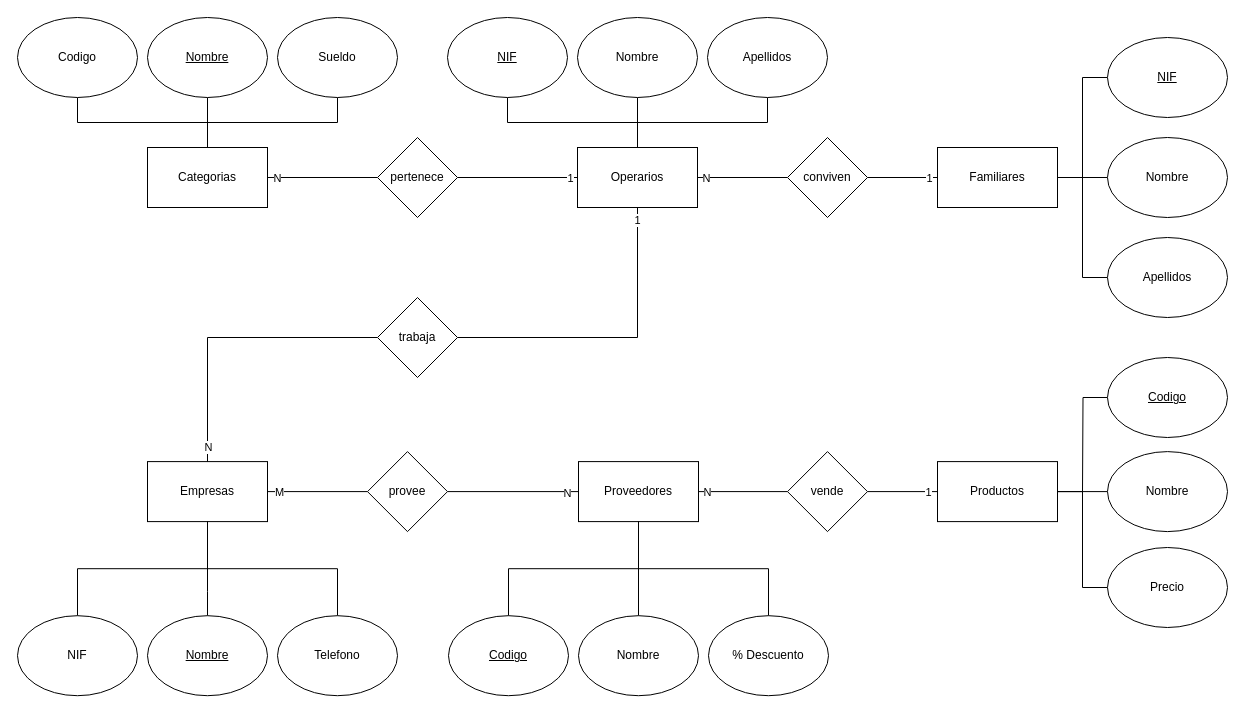
Above: page "Grupo de Empresas" (3 of 4) of ejercicios_diagramas_e_r.drawio in Fonsy/BBDD2021 (draw.io), before the change. Source tidied: cells renumbered, new cells numbered last; positions are measured from the earlier drawing's top-left corner, leaving out a move shared by most shapes. Both pictures are drawn from the tidied source at 100%, with x=0, y=0 at pixel (17, 17).
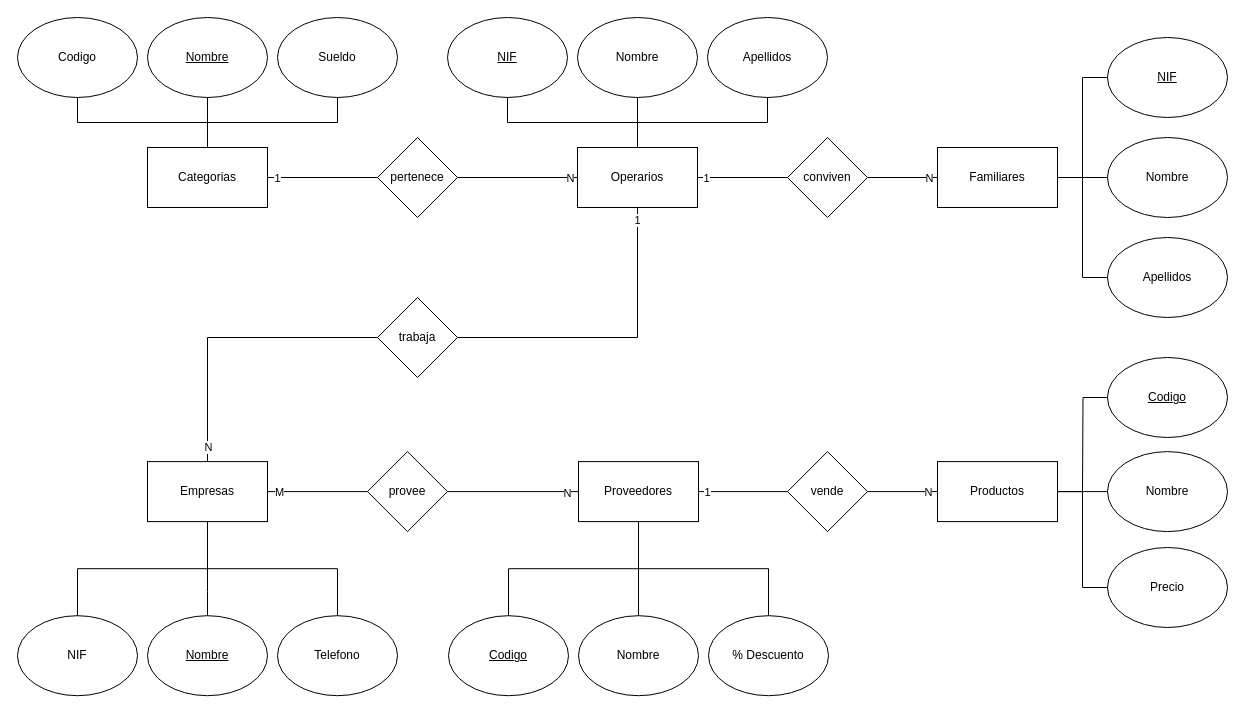
The same diagram, later.

Unchanged cells that the change refers to:
```xml
<mxCell id="11" style="edgeStyle=orthogonalEdgeStyle;rounded=0;jettySize=auto;html=1;entryX=0;entryY=0.5;entryDx=0;entryDy=0;endArrow=none;endFill=0;" parent="1" edge="1" source="13" target="28">
  <mxGeometry relative="1" as="geometry" />
</mxCell>
<mxCell id="17" style="edgeStyle=orthogonalEdgeStyle;rounded=0;jettySize=auto;html=1;entryX=1;entryY=0.5;entryDx=0;entryDy=0;endArrow=none;endFill=0;" parent="1" edge="1" source="19" target="28">
  <mxGeometry relative="1" as="geometry" />
</mxCell>
<mxCell id="34" style="edgeStyle=orthogonalEdgeStyle;rounded=0;jettySize=auto;html=1;entryX=0;entryY=0.5;entryDx=0;entryDy=0;endArrow=none;endFill=0;" parent="1" edge="1" source="36" target="58">
  <mxGeometry relative="1" as="geometry" />
</mxCell>
<mxCell id="56" style="edgeStyle=orthogonalEdgeStyle;rounded=0;jettySize=auto;html=1;entryX=0;entryY=0.5;entryDx=0;entryDy=0;endArrow=none;endFill=0;" parent="1" edge="1" source="58" target="43">
  <mxGeometry relative="1" as="geometry" />
</mxCell>
<mxCell id="59" style="edgeStyle=orthogonalEdgeStyle;rounded=0;jettySize=auto;html=1;entryX=0;entryY=0.5;entryDx=0;entryDy=0;endArrow=none;endFill=0;" parent="1" edge="1" source="63" target="49">
  <mxGeometry relative="1" as="geometry" />
</mxCell>
<mxCell id="61" style="edgeStyle=orthogonalEdgeStyle;rounded=0;jettySize=auto;html=1;entryX=1;entryY=0.5;entryDx=0;entryDy=0;endArrow=none;endFill=0;" parent="1" edge="1" source="63" target="43">
  <mxGeometry relative="1" as="geometry" />
</mxCell>
```

Diff of the diagram source:
```diff
@@
-    <mxCell id="12" value="N" style="edgeLabel;html=1;align=center;verticalAlign=middle;" parent="11" vertex="1">
+    <mxCell id="12" value="1" style="edgeLabel;html=1;align=center;verticalAlign=middle;" parent="11" vertex="1">
       <mxGeometry x="-0.23" y="2" relative="1" as="geometry">
         <mxPoint x="-26" y="2" as="offset" />
       </mxGeometry>
     </mxCell>
@@
-    <mxCell id="18" value="1" style="edgeLabel;html=1;align=center;verticalAlign=middle;" parent="17" vertex="1">
+    <mxCell id="18" value="N" style="edgeLabel;html=1;align=center;verticalAlign=middle;" parent="17" vertex="1">
       <mxGeometry x="-0.23" y="-1" relative="1" as="geometry">
         <mxPoint x="17" y="1" as="offset" />
       </mxGeometry>
     </mxCell>
@@
-    <mxCell id="35" value="N" style="edgeLabel;html=1;align=center;verticalAlign=middle;" parent="34" vertex="1">
+    <mxCell id="35" value="1" style="edgeLabel;html=1;align=center;verticalAlign=middle;" parent="34" vertex="1">
       <mxGeometry x="-0.76" y="-1" relative="1" as="geometry">
         <mxPoint x="-4" y="-1" as="offset" />
       </mxGeometry>
     </mxCell>
@@
-    <mxCell id="57" value="1" style="edgeLabel;html=1;align=center;verticalAlign=middle;" parent="56" vertex="1">
+    <mxCell id="57" value="N" style="edgeLabel;html=1;align=center;verticalAlign=middle;" parent="56" vertex="1">
       <mxGeometry x="0.86" relative="1" as="geometry" />
     </mxCell>
@@
-    <mxCell id="60" value="1" style="edgeLabel;html=1;align=center;verticalAlign=middle;" parent="59" vertex="1">
+    <mxCell id="60" value="N" style="edgeLabel;html=1;align=center;verticalAlign=middle;" parent="59" vertex="1">
       <mxGeometry x="0.81" y="1" relative="1" as="geometry">
         <mxPoint x="-2" y="1" as="offset" />
       </mxGeometry>
     </mxCell>
@@
-    <mxCell id="62" value="N" style="edgeLabel;html=1;align=center;verticalAlign=middle;" parent="61" vertex="1">
+    <mxCell id="62" value="1" style="edgeLabel;html=1;align=center;verticalAlign=middle;" parent="61" vertex="1">
       <mxGeometry x="0.82" y="-2" relative="1" as="geometry">
         <mxPoint y="2" as="offset" />
       </mxGeometry>
     </mxCell>
```
